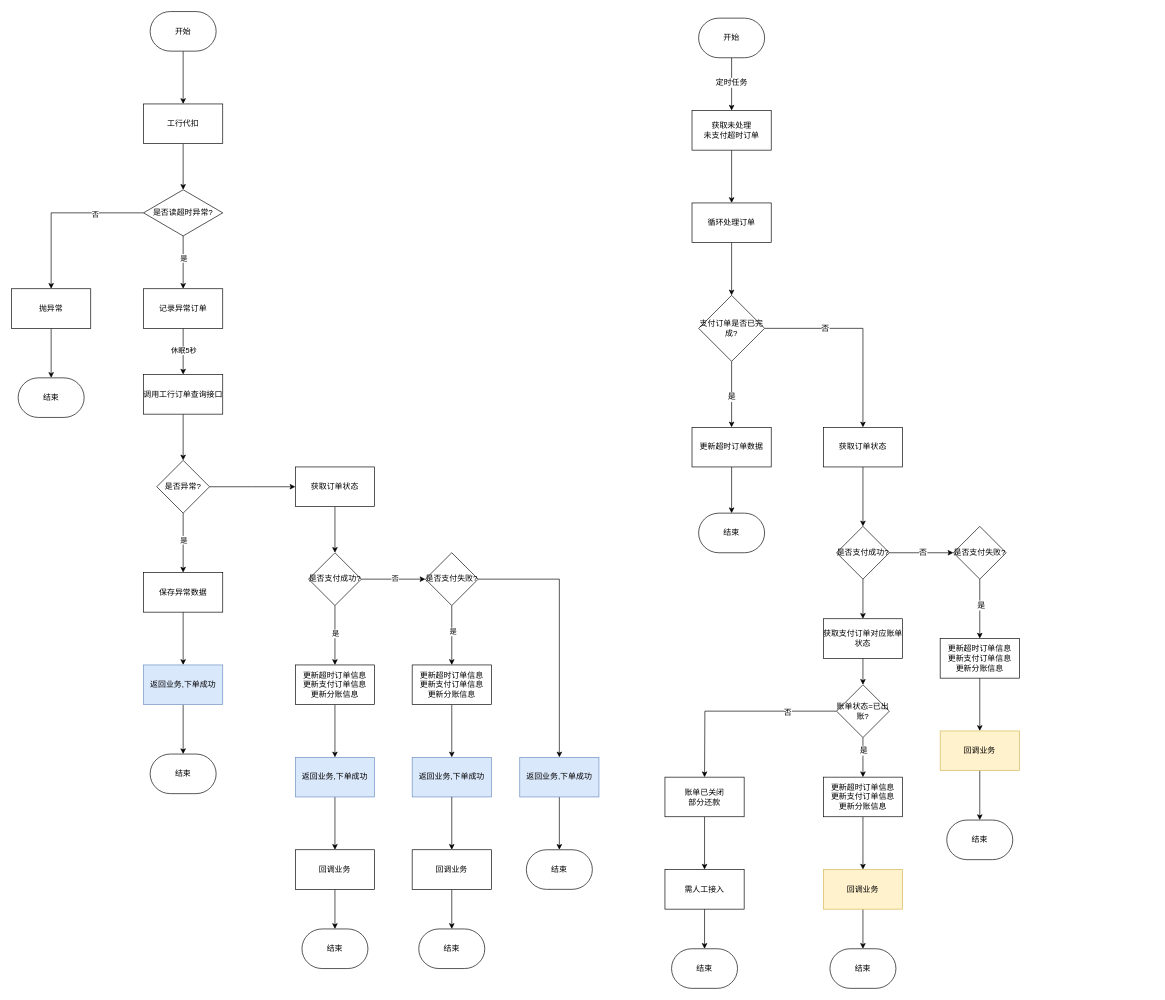
tanglusheng/drawio keeps this draw.io diagram as 工行超时优化.drawio. Above is the earlier version. Source tidied: cells renumbered, new cells numbered last; positions are measured from the earlier drawing's top-left corner, leaving out a move shared by most shapes. Both pictures are drawn from the tidied source at 66%, with x=0, y=0 at pixel (11, 11).
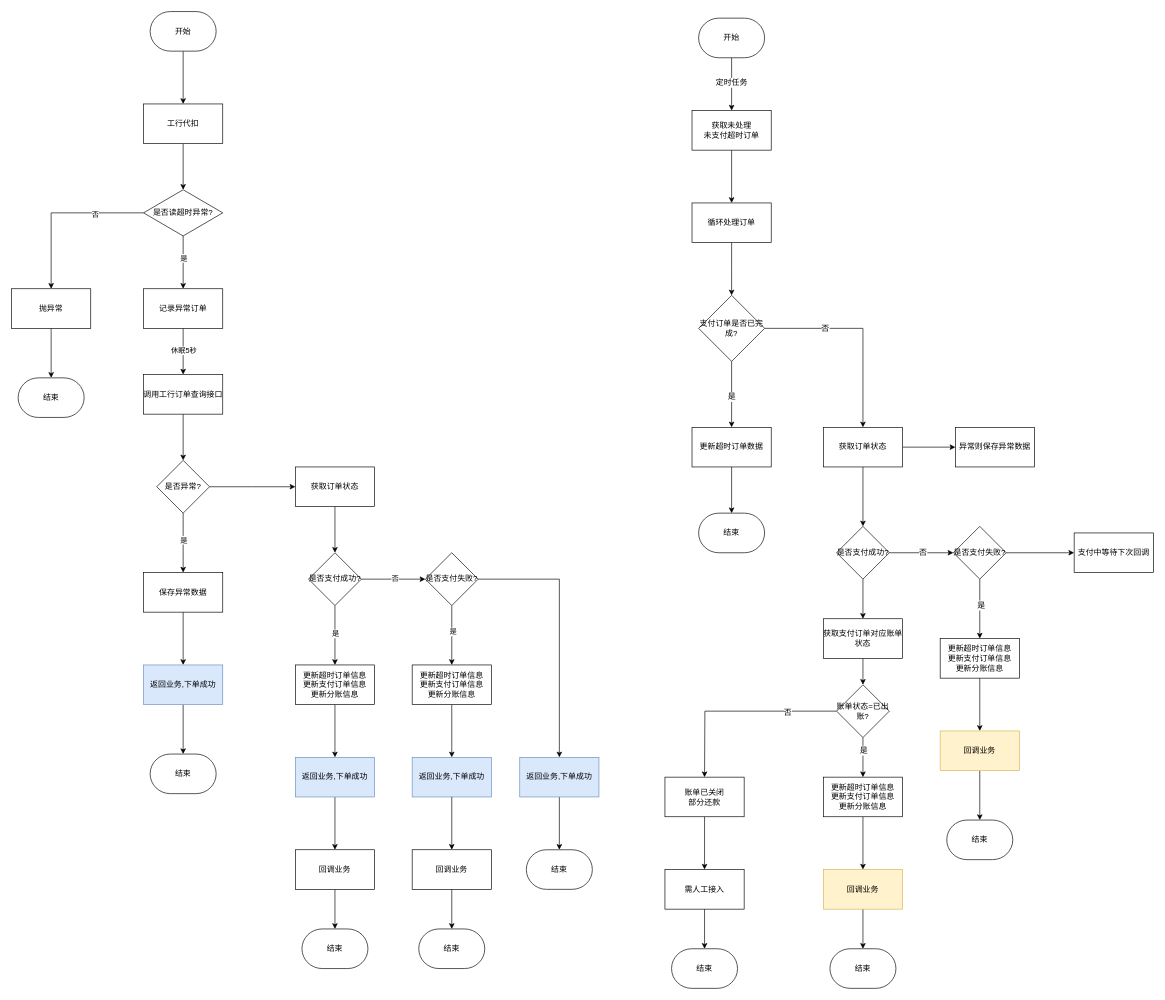
The same page after the edit.

Commit message:
已添加 工行超时优化.drawio

The change refers to these unchanged cells:
```xml
<mxCell id="62" value="获取订单状态" style="whiteSpace=wrap;html=1;strokeWidth=1;spacing=1;rounded=0;strokeColor=default;align=center;verticalAlign=middle;fontFamily=Helvetica;fontSize=12;fontColor=default;fillColor=default;" parent="1" vertex="1">
  <mxGeometry x="1230" y="630" width="120" height="60" as="geometry" />
</mxCell>
<mxCell id="75" value="是否支付失败?" style="rhombus;whiteSpace=wrap;html=1;strokeWidth=1;spacing=1;rounded=0;strokeColor=default;align=center;verticalAlign=middle;fontFamily=Helvetica;fontSize=12;fontColor=default;fillColor=default;" parent="1" vertex="1">
  <mxGeometry x="1427" y="780" width="80" height="80" as="geometry" />
</mxCell>
```

Change to the diagram source:
```diff
@@
+    <mxCell id="102" style="edgeStyle=orthogonalEdgeStyle;rounded=0;jettySize=auto;html=1;fontFamily=Helvetica;fontSize=12;fontColor=default;" parent="1" edge="1" source="62" target="105">
+      <mxGeometry relative="1" as="geometry" />
+    </mxCell>
@@
+    <mxCell id="103" style="edgeStyle=orthogonalEdgeStyle;rounded=0;jettySize=auto;html=1;fontFamily=Helvetica;fontSize=12;fontColor=default;" parent="1" edge="1" source="75" target="104">
+      <mxGeometry relative="1" as="geometry" />
+    </mxCell>
@@
+    <mxCell id="104" value="支付中等待下次回调" style="rounded=0;whiteSpace=wrap;html=1;strokeColor=default;align=center;verticalAlign=middle;fontFamily=Helvetica;fontSize=12;fontColor=default;fillColor=default;" parent="1" vertex="1">
+      <mxGeometry x="1610" y="790" width="120" height="60" as="geometry" />
+    </mxCell>
+    <mxCell id="105" value="异常则保存异常数据" style="whiteSpace=wrap;html=1;strokeWidth=1;spacing=1;rounded=0;" parent="1" vertex="1">
+      <mxGeometry x="1430" y="630" width="120" height="60" as="geometry" />
+    </mxCell>
```
